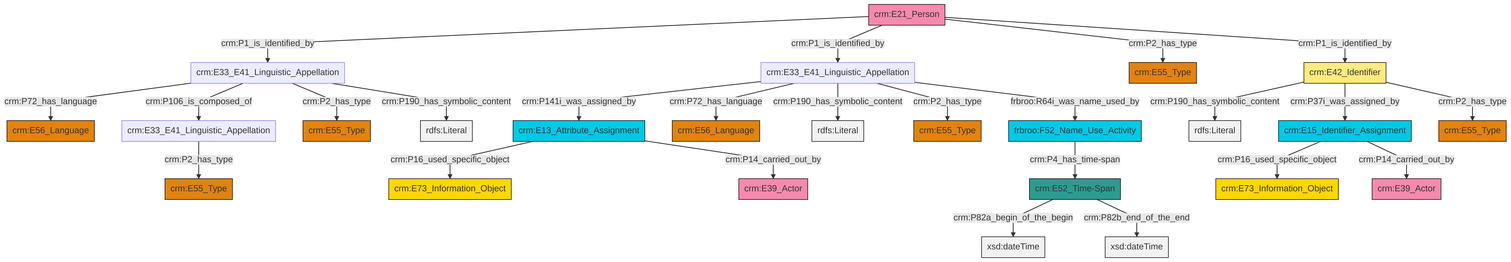
swiss-art-research-net/docs.swissartresearch keeps this Mermaid diagram as et/personCSV/ttl/mmd/png/Person_Names_and_Classification.png. Above is the earlier version. Its source is kept beside it as et/personCSV/ttl/mmd/Person_Names_and_Classification.ttl.mmd.
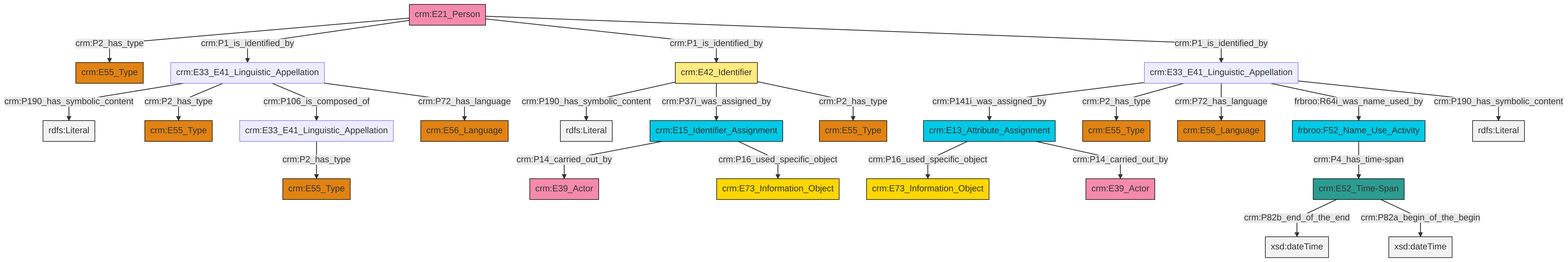
Above is the later version.

What changed in the source:
```diff
@@ -13,27 +13,27 @@
 classDef PC_Classes fill:#4ce600, stroke:#000000;
 classDef Multi fill:#cccccc,stroke:#000000;
 
-0["crm:E13_Attribute_Assignment"]:::Temporal_Entity -->|crm:P16_used_specific_object| 1["crm:E73_Information_Object"]:::Conceptual_Object
-2["crm:E33_E41_Linguistic_Appellation"]:::Default -->|crm:P141i_was_assigned_by| 0["crm:E13_Attribute_Assignment"]:::Temporal_Entity
-5["crm:E52_Time-Span"]:::Time-Span -->|crm:P82a_begin_of_the_begin| 6[xsd:dateTime]:::Literal
-7["crm:E21_Person"]:::Actor -->|crm:P1_is_identified_by| 8["crm:E33_E41_Linguistic_Appellation"]:::Default
-5["crm:E52_Time-Span"]:::Time-Span -->|crm:P82b_end_of_the_end| 9[xsd:dateTime]:::Literal
-11["frbroo:F52_Name_Use_Activity"]:::Temporal_Entity -->|crm:P4_has_time-span| 5["crm:E52_Time-Span"]:::Time-Span
-7["crm:E21_Person"]:::Actor -->|crm:P1_is_identified_by| 2["crm:E33_E41_Linguistic_Appellation"]:::Default
-8["crm:E33_E41_Linguistic_Appellation"]:::Default -->|crm:P72_has_language| 12["crm:E56_Language"]:::Type
-2["crm:E33_E41_Linguistic_Appellation"]:::Default -->|crm:P72_has_language| 14["crm:E56_Language"]:::Type
-0["crm:E13_Attribute_Assignment"]:::Temporal_Entity -->|crm:P14_carried_out_by| 15["crm:E39_Actor"]:::Actor
-16["crm:E15_Identifier_Assignment"]:::Temporal_Entity -->|crm:P16_used_specific_object| 17["crm:E73_Information_Object"]:::Conceptual_Object
-18["crm:E42_Identifier"]:::Appellation -->|crm:P190_has_symbolic_content| 19[rdfs:Literal]:::Literal
-18["crm:E42_Identifier"]:::Appellation -->|crm:P37i_was_assigned_by| 16["crm:E15_Identifier_Assignment"]:::Temporal_Entity
-8["crm:E33_E41_Linguistic_Appellation"]:::Default -->|crm:P106_is_composed_of| 3["crm:E33_E41_Linguistic_Appellation"]:::Default
-7["crm:E21_Person"]:::Actor -->|crm:P2_has_type| 26["crm:E55_Type"]:::Type
-7["crm:E21_Person"]:::Actor -->|crm:P1_is_identified_by| 18["crm:E42_Identifier"]:::Appellation
-2["crm:E33_E41_Linguistic_Appellation"]:::Default -->|crm:P190_has_symbolic_content| 31[rdfs:Literal]:::Literal
-2["crm:E33_E41_Linguistic_Appellation"]:::Default -->|crm:P2_has_type| 32["crm:E55_Type"]:::Type
-2["crm:E33_E41_Linguistic_Appellation"]:::Default -->|frbroo:R64i_was_name_used_by| 11["frbroo:F52_Name_Use_Activity"]:::Temporal_Entity
-3["crm:E33_E41_Linguistic_Appellation"]:::Default -->|crm:P2_has_type| 21["crm:E55_Type"]:::Type
-8["crm:E33_E41_Linguistic_Appellation"]:::Default -->|crm:P2_has_type| 37["crm:E55_Type"]:::Type
-8["crm:E33_E41_Linguistic_Appellation"]:::Default -->|crm:P190_has_symbolic_content| 41[rdfs:Literal]:::Literal
-18["crm:E42_Identifier"]:::Appellation -->|crm:P2_has_type| 28["crm:E55_Type"]:::Type
-16["crm:E15_Identifier_Assignment"]:::Temporal_Entity -->|crm:P14_carried_out_by| 35["crm:E39_Actor"]:::Actor
+10["crm:E13_Attribute_Assignment"]:::Temporal_Entity -->|crm:P16_used_specific_object| 6["crm:E73_Information_Object"]:::Conceptual_Object
+11["crm:E42_Identifier"]:::Appellation -->|crm:P190_has_symbolic_content| 12[rdfs:Literal]:::Literal
+13["crm:E15_Identifier_Assignment"]:::Temporal_Entity -->|crm:P14_carried_out_by| 14["crm:E39_Actor"]:::Actor
+15["crm:E33_E41_Linguistic_Appellation"]:::Default -->|crm:P190_has_symbolic_content| 16[rdfs:Literal]:::Literal
+19["crm:E21_Person"]:::Actor -->|crm:P2_has_type| 20["crm:E55_Type"]:::Type
+15["crm:E33_E41_Linguistic_Appellation"]:::Default -->|crm:P2_has_type| 25["crm:E55_Type"]:::Type
+23["crm:E33_E41_Linguistic_Appellation"]:::Default -->|crm:P141i_was_assigned_by| 10["crm:E13_Attribute_Assignment"]:::Temporal_Entity
+2["crm:E33_E41_Linguistic_Appellation"]:::Default -->|crm:P2_has_type| 17["crm:E55_Type"]:::Type
+19["crm:E21_Person"]:::Actor -->|crm:P1_is_identified_by| 15["crm:E33_E41_Linguistic_Appellation"]:::Default
+23["crm:E33_E41_Linguistic_Appellation"]:::Default -->|crm:P2_has_type| 27["crm:E55_Type"]:::Type
+11["crm:E42_Identifier"]:::Appellation -->|crm:P37i_was_assigned_by| 13["crm:E15_Identifier_Assignment"]:::Temporal_Entity
+10["crm:E13_Attribute_Assignment"]:::Temporal_Entity -->|crm:P14_carried_out_by| 21["crm:E39_Actor"]:::Actor
+15["crm:E33_E41_Linguistic_Appellation"]:::Default -->|crm:P106_is_composed_of| 2["crm:E33_E41_Linguistic_Appellation"]:::Default
+15["crm:E33_E41_Linguistic_Appellation"]:::Default -->|crm:P72_has_language| 0["crm:E56_Language"]:::Type
+4["crm:E52_Time-Span"]:::Time-Span -->|crm:P82b_end_of_the_end| 33[xsd:dateTime]:::Literal
+19["crm:E21_Person"]:::Actor -->|crm:P1_is_identified_by| 11["crm:E42_Identifier"]:::Appellation
+23["crm:E33_E41_Linguistic_Appellation"]:::Default -->|crm:P72_has_language| 8["crm:E56_Language"]:::Type
+34["frbroo:F52_Name_Use_Activity"]:::Temporal_Entity -->|crm:P4_has_time-span| 4["crm:E52_Time-Span"]:::Time-Span
+11["crm:E42_Identifier"]:::Appellation -->|crm:P2_has_type| 41["crm:E55_Type"]:::Type
+19["crm:E21_Person"]:::Actor -->|crm:P1_is_identified_by| 23["crm:E33_E41_Linguistic_Appellation"]:::Default
+23["crm:E33_E41_Linguistic_Appellation"]:::Default -->|frbroo:R64i_was_name_used_by| 34["frbroo:F52_Name_Use_Activity"]:::Temporal_Entity
+13["crm:E15_Identifier_Assignment"]:::Temporal_Entity -->|crm:P16_used_specific_object| 39["crm:E73_Information_Object"]:::Conceptual_Object
+4["crm:E52_Time-Span"]:::Time-Span -->|crm:P82a_begin_of_the_begin| 43[xsd:dateTime]:::Literal
+23["crm:E33_E41_Linguistic_Appellation"]:::Default -->|crm:P190_has_symbolic_content| 45[rdfs:Literal]:::Literal
```
